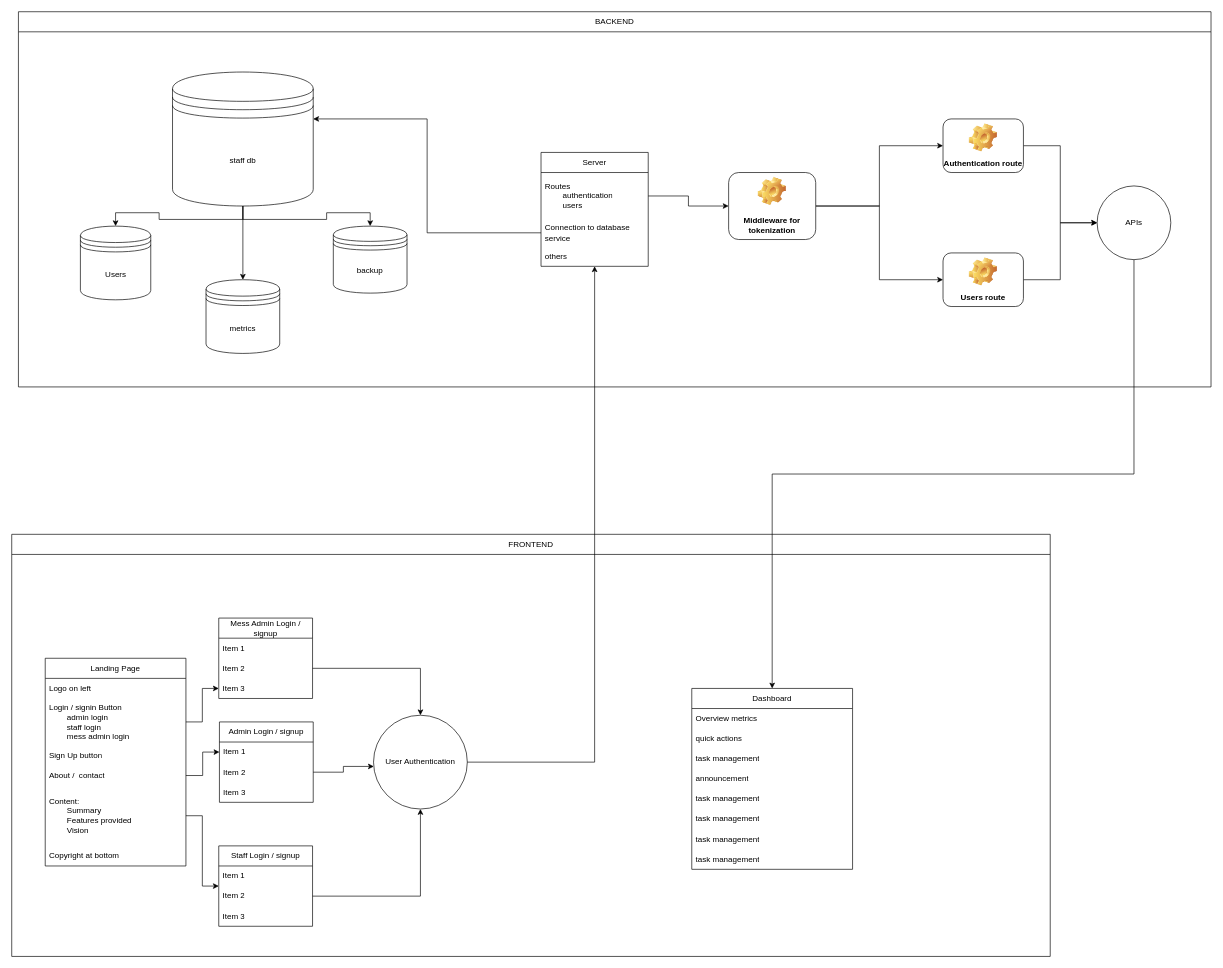
Before: appSchema.drawio in piyushk77/epics_project_23_backend_division, a draw.io diagram. Source tidied: cells renumbered, new cells numbered last; positions are measured from the earlier drawing's top-left corner, leaving out a move shared by most shapes. Both pictures are drawn from the tidied source at 67%, with x=0, y=0 at pixel (11, 11).
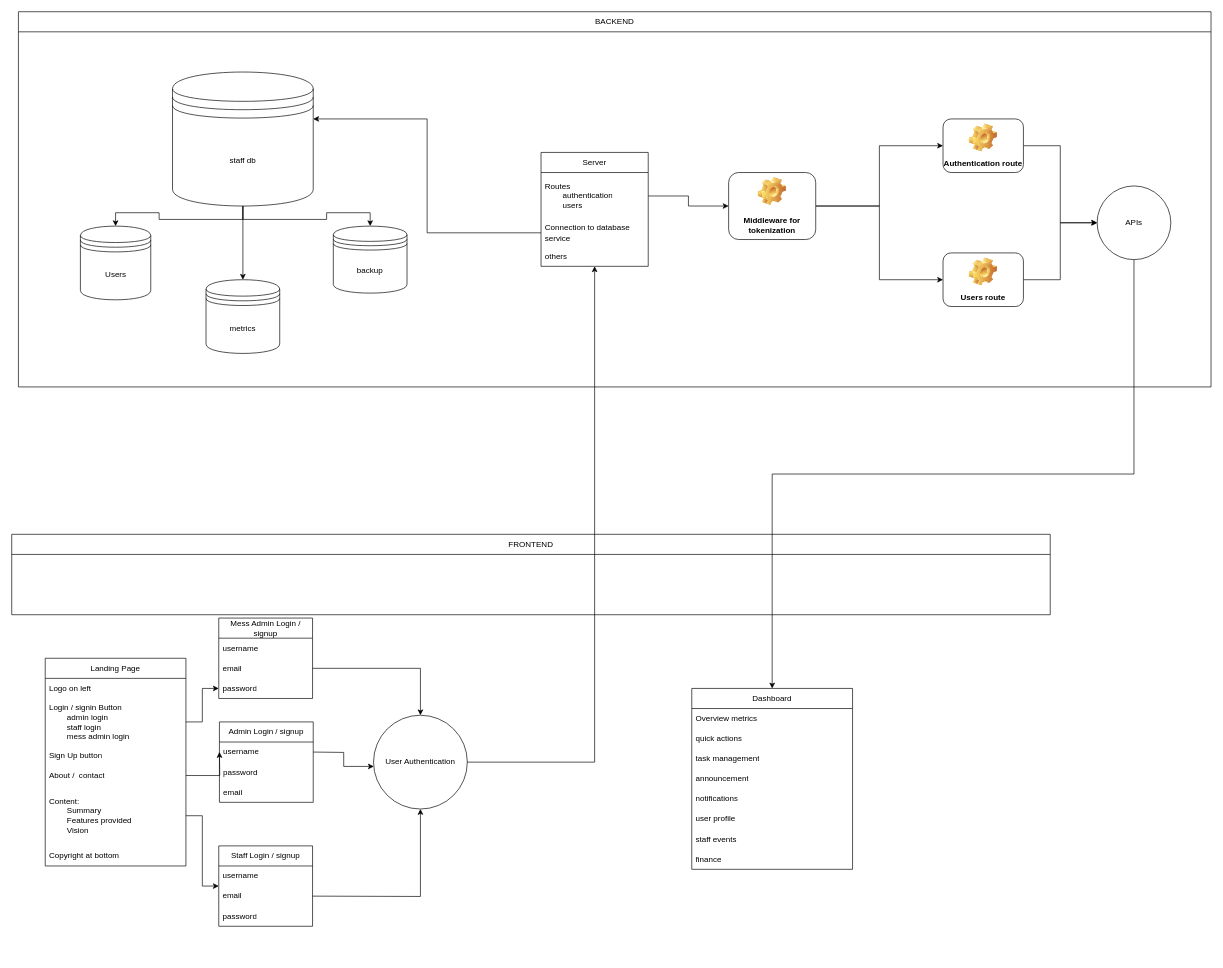
Above is the later version.

Unchanged cells that the change refers to:
```xml
<mxCell id="7" value="About /&amp;nbsp; contact" style="text;strokeColor=none;fillColor=none;align=left;verticalAlign=middle;spacingLeft=4;spacingRight=4;overflow=hidden;points=[[0,0.5],[1,0.5]];portConstraint=eastwest;whiteSpace=wrap;html=1;" parent="3" vertex="1">
  <mxGeometry y="160" width="210" height="30" as="geometry" />
</mxCell>
<mxCell id="10" value="Staff Login&amp;nbsp;/ signup" style="swimlane;fontStyle=0;horizontal=1;startSize=30;whiteSpace=wrap;html=1;" parent="1" vertex="1">
  <mxGeometry x="309" y="1245" width="140" height="120" as="geometry" />
</mxCell>
<mxCell id="14" value="Admin Login / signup&lt;br&gt;" style="swimlane;fontStyle=0;horizontal=1;startSize=30;whiteSpace=wrap;html=1;" parent="1" vertex="1">
  <mxGeometry x="310" y="1060" width="140" height="120" as="geometry" />
</mxCell>
<mxCell id="18" value="User Authentication" style="ellipse;whiteSpace=wrap;html=1;" parent="1" vertex="1">
  <mxGeometry x="540" y="1050" width="140" height="140" as="geometry" />
</mxCell>
<mxCell id="21" value="Dashboard" style="swimlane;fontStyle=0;horizontal=1;startSize=30;whiteSpace=wrap;html=1;" parent="1" vertex="1">
  <mxGeometry x="1015" y="1010" width="240" height="270" as="geometry" />
</mxCell>
<mxCell id="31" value="Mess Admin Login&amp;nbsp;/ signup" style="swimlane;fontStyle=0;horizontal=1;startSize=30;whiteSpace=wrap;html=1;" parent="1" vertex="1">
  <mxGeometry x="309" y="905" width="140" height="120" as="geometry" />
</mxCell>
```

Diff of the diagram source:
```diff
@@
-    <mxCell id="11" value="Item 1" style="text;strokeColor=none;fillColor=none;align=left;verticalAlign=middle;spacingLeft=4;spacingRight=4;overflow=hidden;whiteSpace=wrap;html=1;" parent="10" vertex="1">
-      <mxGeometry y="30" width="140" height="30" as="geometry" />
-    </mxCell>
-    <mxCell id="12" value="Item 2" style="text;strokeColor=none;fillColor=none;align=left;verticalAlign=middle;spacingLeft=4;spacingRight=4;overflow=hidden;points=[[0,0.5],[1,0.5]];portConstraint=eastwest;whiteSpace=wrap;html=1;" parent="10" vertex="1">
-      <mxGeometry y="60" width="140" height="30" as="geometry" />
-    </mxCell>
-    <mxCell id="13" value="Item 3" style="text;strokeColor=none;fillColor=none;align=left;verticalAlign=middle;spacingLeft=4;spacingRight=4;overflow=hidden;whiteSpace=wrap;html=1;" parent="10" vertex="1">
-      <mxGeometry y="90" width="140" height="30" as="geometry" />
-    </mxCell>
+    <mxCell id="62" value="username" style="text;strokeColor=none;fillColor=none;align=left;verticalAlign=middle;spacingLeft=4;spacingRight=4;overflow=hidden;whiteSpace=wrap;html=1;" parent="10" vertex="1">
+      <mxGeometry y="30" width="140" height="30" as="geometry" />
+    </mxCell>
+    <mxCell id="63" value="email" style="text;strokeColor=none;fillColor=none;align=left;verticalAlign=middle;spacingLeft=4;spacingRight=4;overflow=hidden;whiteSpace=wrap;html=1;" parent="10" vertex="1">
+      <mxGeometry y="60" width="140" height="30" as="geometry" />
+    </mxCell>
+    <mxCell id="64" value="password" style="text;strokeColor=none;fillColor=none;align=left;verticalAlign=middle;spacingLeft=4;spacingRight=4;overflow=hidden;whiteSpace=wrap;html=1;" parent="10" vertex="1">
+      <mxGeometry y="90" width="140" height="30" as="geometry" />
+    </mxCell>
@@
-    <mxCell id="15" value="Item 1" style="text;strokeColor=none;fillColor=none;align=left;verticalAlign=middle;spacingLeft=4;spacingRight=4;overflow=hidden;points=[[0,0.5],[1,0.5]];portConstraint=eastwest;whiteSpace=wrap;html=1;" parent="14" vertex="1">
-      <mxGeometry y="30" width="140" height="30" as="geometry" />
-    </mxCell>
-    <mxCell id="16" value="Item 2" style="text;strokeColor=none;fillColor=none;align=left;verticalAlign=middle;spacingLeft=4;spacingRight=4;overflow=hidden;points=[[0,0.5],[1,0.5]];portConstraint=eastwest;whiteSpace=wrap;html=1;" parent="14" vertex="1">
-      <mxGeometry y="60" width="140" height="30" as="geometry" />
-    </mxCell>
-    <mxCell id="17" value="Item 3" style="text;strokeColor=none;fillColor=none;align=left;verticalAlign=middle;spacingLeft=4;spacingRight=4;overflow=hidden;whiteSpace=wrap;html=1;" parent="14" vertex="1">
-      <mxGeometry y="90" width="140" height="30" as="geometry" />
-    </mxCell>
+    <mxCell id="65" value="username" style="text;strokeColor=none;fillColor=none;align=left;verticalAlign=middle;spacingLeft=4;spacingRight=4;overflow=hidden;whiteSpace=wrap;html=1;" parent="14" vertex="1">
+      <mxGeometry y="30" width="140" height="30" as="geometry" />
+    </mxCell>
+    <mxCell id="66" value="password" style="text;strokeColor=none;fillColor=none;align=left;verticalAlign=middle;spacingLeft=4;spacingRight=4;overflow=hidden;whiteSpace=wrap;html=1;" parent="14" vertex="1">
+      <mxGeometry y="60" width="140" height="30" as="geometry" />
+    </mxCell>
+    <mxCell id="67" value="email" style="text;strokeColor=none;fillColor=none;align=left;verticalAlign=middle;spacingLeft=4;spacingRight=4;overflow=hidden;whiteSpace=wrap;html=1;" parent="14" vertex="1">
+      <mxGeometry y="90" width="140" height="30" as="geometry" />
+    </mxCell>
@@
-    <mxCell id="20" style="edgeStyle=orthogonalEdgeStyle;rounded=0;jettySize=auto;html=1;entryX=0.003;entryY=0.546;entryDx=0;entryDy=0;entryPerimeter=0;" parent="1" edge="1" source="16" target="18">
-      <mxGeometry relative="1" as="geometry" />
+    <mxCell id="20" style="edgeStyle=orthogonalEdgeStyle;rounded=0;jettySize=auto;html=1;entryX=0.003;entryY=0.546;entryDx=0;entryDy=0;entryPerimeter=0;" parent="1" edge="1" target="18">
+      <mxGeometry relative="1" as="geometry">
+        <mxPoint x="450" y="1105" as="sourcePoint" />
+      </mxGeometry>
     </mxCell>
@@
-    <mxCell id="26" value="task management" style="text;strokeColor=none;fillColor=none;align=left;verticalAlign=middle;spacingLeft=4;spacingRight=4;overflow=hidden;whiteSpace=wrap;html=1;" parent="21" vertex="1">
+    <mxCell id="26" value="notifications" style="text;strokeColor=none;fillColor=none;align=left;verticalAlign=middle;spacingLeft=4;spacingRight=4;overflow=hidden;whiteSpace=wrap;html=1;" parent="21" vertex="1">
       <mxGeometry y="150" width="240" height="30" as="geometry" />
     </mxCell>
-    <mxCell id="27" value="task management" style="text;strokeColor=none;fillColor=none;align=left;verticalAlign=middle;spacingLeft=4;spacingRight=4;overflow=hidden;whiteSpace=wrap;html=1;" parent="21" vertex="1">
+    <mxCell id="27" value="user profile" style="text;strokeColor=none;fillColor=none;align=left;verticalAlign=middle;spacingLeft=4;spacingRight=4;overflow=hidden;whiteSpace=wrap;html=1;" parent="21" vertex="1">
       <mxGeometry y="180" width="240" height="30" as="geometry" />
     </mxCell>
-    <mxCell id="28" value="task management" style="text;strokeColor=none;fillColor=none;align=left;verticalAlign=middle;spacingLeft=4;spacingRight=4;overflow=hidden;whiteSpace=wrap;html=1;" parent="21" vertex="1">
+    <mxCell id="28" value="staff events" style="text;strokeColor=none;fillColor=none;align=left;verticalAlign=middle;spacingLeft=4;spacingRight=4;overflow=hidden;whiteSpace=wrap;html=1;" parent="21" vertex="1">
       <mxGeometry y="210" width="240" height="30" as="geometry" />
     </mxCell>
-    <mxCell id="29" value="task management" style="text;strokeColor=none;fillColor=none;align=left;verticalAlign=middle;spacingLeft=4;spacingRight=4;overflow=hidden;whiteSpace=wrap;html=1;" parent="21" vertex="1">
+    <mxCell id="29" value="finance" style="text;strokeColor=none;fillColor=none;align=left;verticalAlign=middle;spacingLeft=4;spacingRight=4;overflow=hidden;whiteSpace=wrap;html=1;" parent="21" vertex="1">
       <mxGeometry y="240" width="240" height="30" as="geometry" />
     </mxCell>
-    <mxCell id="30" style="edgeStyle=orthogonalEdgeStyle;rounded=0;jettySize=auto;html=1;entryX=0.5;entryY=1;entryDx=0;entryDy=0;" parent="1" edge="1" source="12" target="18">
-      <mxGeometry relative="1" as="geometry" />
+    <mxCell id="30" style="edgeStyle=orthogonalEdgeStyle;rounded=0;jettySize=auto;html=1;entryX=0.5;entryY=1;entryDx=0;entryDy=0;" parent="1" edge="1" target="18">
+      <mxGeometry relative="1" as="geometry">
+        <mxPoint x="449" y="1320" as="sourcePoint" />
+      </mxGeometry>
     </mxCell>
@@
-    <mxCell id="32" value="Item 1" style="text;strokeColor=none;fillColor=none;align=left;verticalAlign=middle;spacingLeft=4;spacingRight=4;overflow=hidden;whiteSpace=wrap;html=1;" parent="31" vertex="1">
+    <mxCell id="32" value="username" style="text;strokeColor=none;fillColor=none;align=left;verticalAlign=middle;spacingLeft=4;spacingRight=4;overflow=hidden;whiteSpace=wrap;html=1;" parent="31" vertex="1">
       <mxGeometry y="30" width="140" height="30" as="geometry" />
     </mxCell>
-    <mxCell id="33" value="Item 2" style="text;strokeColor=none;fillColor=none;align=left;verticalAlign=middle;spacingLeft=4;spacingRight=4;overflow=hidden;points=[[0,0.5],[1,0.5]];portConstraint=eastwest;whiteSpace=wrap;html=1;" parent="31" vertex="1">
+    <mxCell id="33" value="email" style="text;strokeColor=none;fillColor=none;align=left;verticalAlign=middle;spacingLeft=4;spacingRight=4;overflow=hidden;points=[[0,0.5],[1,0.5]];portConstraint=eastwest;whiteSpace=wrap;html=1;" parent="31" vertex="1">
       <mxGeometry y="60" width="140" height="30" as="geometry" />
     </mxCell>
-    <mxCell id="34" value="Item 3" style="text;strokeColor=none;fillColor=none;align=left;verticalAlign=middle;spacingLeft=4;spacingRight=4;overflow=hidden;points=[[0,0.5],[1,0.5]];portConstraint=eastwest;whiteSpace=wrap;html=1;" parent="31" vertex="1">
+    <mxCell id="34" value="password" style="text;strokeColor=none;fillColor=none;align=left;verticalAlign=middle;spacingLeft=4;spacingRight=4;overflow=hidden;points=[[0,0.5],[1,0.5]];portConstraint=eastwest;whiteSpace=wrap;html=1;" parent="31" vertex="1">
       <mxGeometry y="90" width="140" height="30" as="geometry" />
     </mxCell>
@@
     <mxCell id="37" value="FRONTEND" style="swimlane;fontStyle=0;horizontal=1;startSize=30;whiteSpace=wrap;html=1;" parent="1" vertex="1">
-      <mxGeometry y="780" width="1550" height="630" as="geometry" />
+      <mxGeometry y="780" width="1550" height="120" as="geometry" />
     </mxCell>
-    <mxCell id="38" style="edgeStyle=orthogonalEdgeStyle;rounded=0;jettySize=auto;html=1;exitX=1;exitY=0.5;exitDx=0;exitDy=0;entryX=0;entryY=0.5;entryDx=0;entryDy=0;" parent="1" edge="1" source="7" target="15">
-      <mxGeometry relative="1" as="geometry" />
+    <mxCell id="38" style="edgeStyle=orthogonalEdgeStyle;rounded=0;jettySize=auto;html=1;exitX=1;exitY=0.5;exitDx=0;exitDy=0;entryX=0;entryY=0.5;entryDx=0;entryDy=0;" parent="1" edge="1" source="7">
+      <mxGeometry relative="1" as="geometry">
+        <mxPoint x="310" y="1105" as="targetPoint" />
+      </mxGeometry>
     </mxCell>
```
